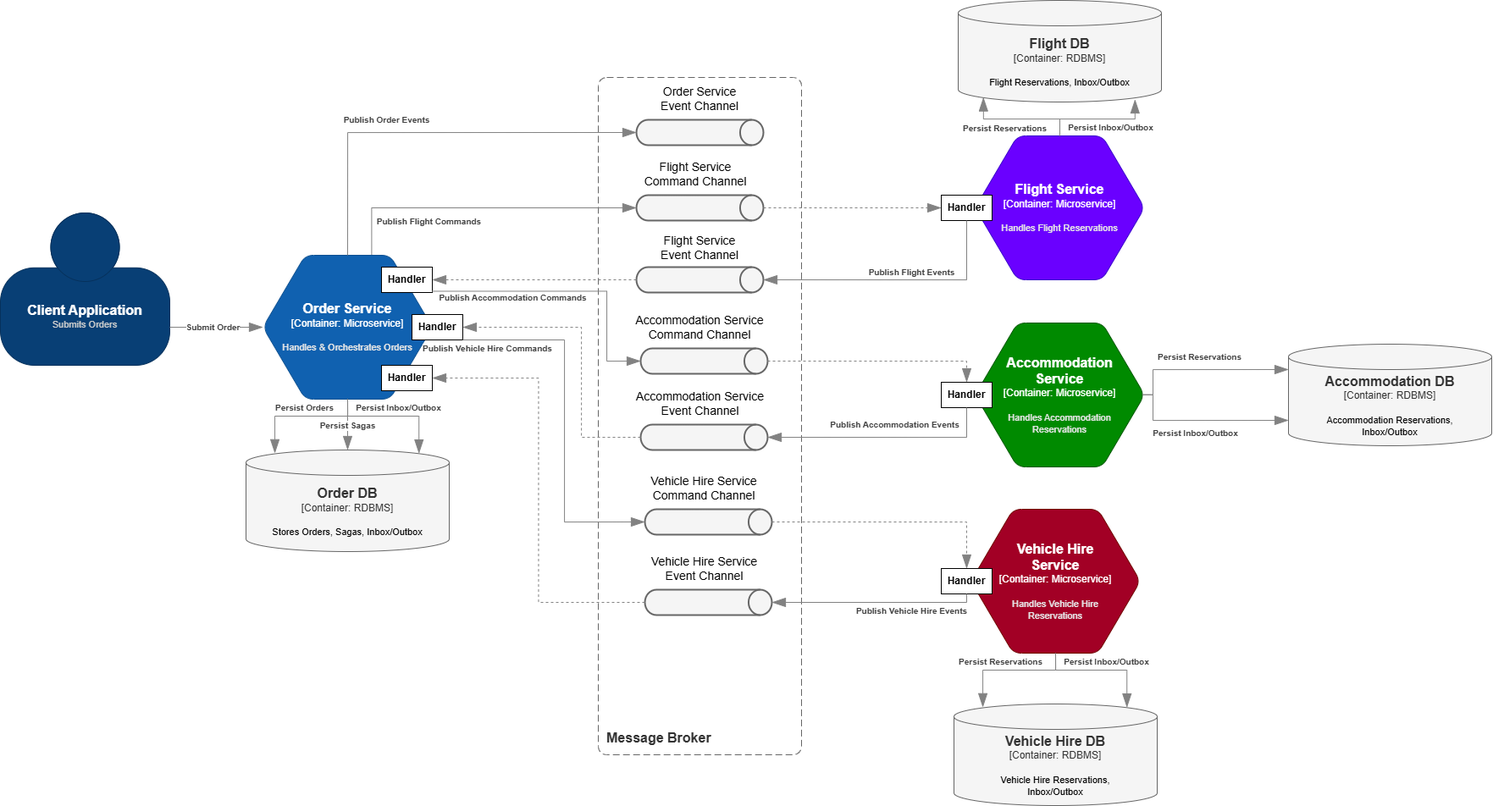
The draw.io diagram README/container-diagram.png in wellingtonmoreira/dotnet-core-saga-example, before a commit. Source tidied: cells renumbered, new cells last; positions are measured from the earlier drawing's top-left corner, leaving out a move shared by most shapes.
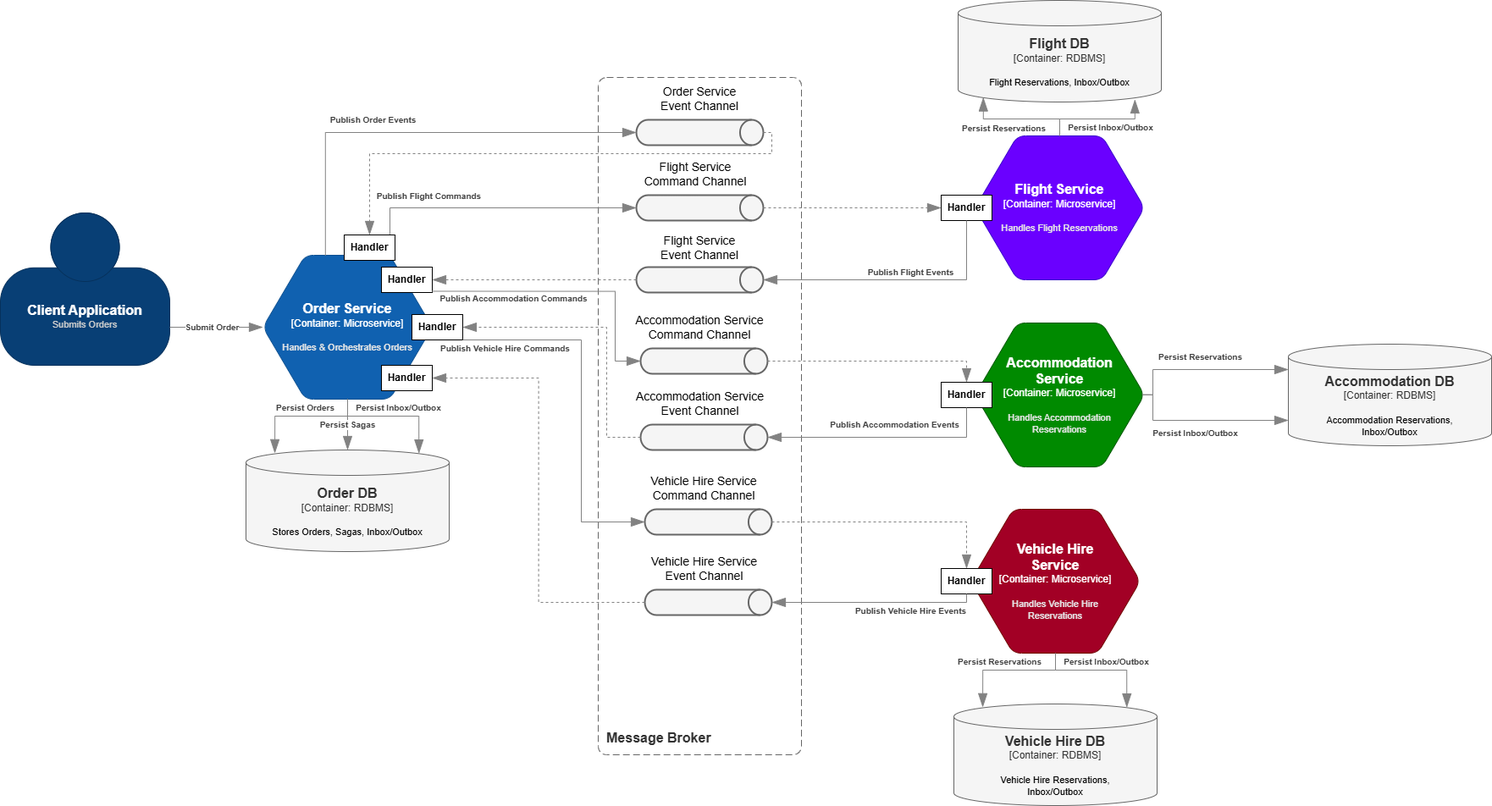
After the change.

The edit, as a diff of the source:
```diff
@@ -71,12 +71,8 @@
       </mxCell>
     </object>
     <object id="15" label="&lt;div style=&quot;text-align: left&quot;&gt;&lt;div style=&quot;text-align: center&quot;&gt;&lt;b&gt;%c4Description%&lt;/b&gt;&lt;/div&gt;" c4Description="Publish Flight Commands" c4Type="Relationship" placeholders="1">
-      <mxCell style="endArrow=blockThin;html=1;fontSize=10;fontColor=#404040;strokeWidth=1;endFill=1;strokeColor=#828282;elbow=vertical;endSize=14;startSize=14;jumpStyle=arc;jumpSize=16;rounded=0;edgeStyle=orthogonalEdgeStyle;exitX=0.642;exitY=-0.004;exitDx=0;exitDy=0;exitPerimeter=0;entryX=0;entryY=0.5;entryDx=0;entryDy=0;entryPerimeter=0;" parent="1" edge="1" source="4" target="10">
-        <mxGeometry x="-0.33" y="-16" relative="1" as="geometry">
-          <Array as="points">
-            <mxPoint x="438" y="245" />
-          </Array>
-        </mxGeometry>
+      <mxCell style="endArrow=blockThin;html=1;fontSize=10;fontColor=#404040;strokeWidth=1;endFill=1;strokeColor=#828282;elbow=vertical;endSize=14;startSize=14;jumpStyle=arc;jumpSize=16;rounded=0;edgeStyle=orthogonalEdgeStyle;entryX=0;entryY=0.5;entryDx=0;entryDy=0;entryPerimeter=0;exitX=0.75;exitY=0;exitDx=0;exitDy=0;" parent="1" edge="1" source="4" target="10">
+        <mxGeometry x="-0.42" y="14" relative="1" as="geometry" />
       </mxCell>
     </object>
     <mxCell id="16" style="strokeWidth=2;html=1;shape=mxgraph.flowchart.direct_data;whiteSpace=wrap;fillColor=#f5f5f5;fontColor=#333333;strokeColor=#666666;fontStyle=1;" parent="1" vertex="1">
@@ -86,7 +82,7 @@
       <mxGeometry x="756" y="101" width="140" height="30" as="geometry" />
     </mxCell>
     <object id="18" label="&lt;div style=&quot;text-align: left&quot;&gt;&lt;div style=&quot;text-align: center&quot;&gt;&lt;b&gt;%c4Description%&lt;/b&gt;&lt;/div&gt;" c4Description="Publish Order Events" c4Type="Relationship" placeholders="1">
-      <mxCell style="endArrow=blockThin;html=1;fontSize=10;fontColor=#404040;strokeWidth=1;endFill=1;strokeColor=#828282;elbow=vertical;endSize=14;startSize=14;jumpStyle=arc;jumpSize=16;rounded=0;edgeStyle=orthogonalEdgeStyle;exitX=0.5;exitY=0;exitDx=0;exitDy=0;exitPerimeter=0;entryX=0;entryY=0.5;entryDx=0;entryDy=0;entryPerimeter=0;" parent="1" edge="1" source="4" target="16">
+      <mxCell style="endArrow=blockThin;html=1;fontSize=10;fontColor=#404040;strokeWidth=1;endFill=1;strokeColor=#828282;elbow=vertical;endSize=14;startSize=14;jumpStyle=arc;jumpSize=16;rounded=0;edgeStyle=orthogonalEdgeStyle;exitX=0.369;exitY=0.002;exitDx=0;exitDy=0;exitPerimeter=0;entryX=0;entryY=0.5;entryDx=0;entryDy=0;entryPerimeter=0;" parent="1" edge="1" source="4" target="16">
         <mxGeometry x="-0.21" y="15" relative="1" as="geometry" />
       </mxCell>
     </object>
@@ -142,8 +138,8 @@
       <mxCell style="endArrow=blockThin;html=1;fontSize=10;fontColor=#404040;strokeWidth=1;endFill=1;strokeColor=#828282;elbow=vertical;endSize=14;startSize=14;jumpStyle=arc;jumpSize=16;rounded=0;edgeStyle=orthogonalEdgeStyle;exitX=1;exitY=0.25;exitDx=0;exitDy=0;exitPerimeter=0;entryX=0;entryY=0.5;entryDx=0;entryDy=0;entryPerimeter=0;" parent="1" edge="1" source="4" target="27">
         <mxGeometry x="-0.42" y="-8" relative="1" as="geometry">
           <Array as="points">
-            <mxPoint x="716" y="343" />
-            <mxPoint x="716" y="426" />
+            <mxPoint x="726" y="343" />
+            <mxPoint x="726" y="426" />
           </Array>
         </mxGeometry>
       </mxCell>
@@ -198,8 +194,8 @@
       <mxCell style="endArrow=blockThin;html=1;fontSize=10;fontColor=#404040;strokeWidth=1;endFill=1;strokeColor=#828282;elbow=vertical;endSize=14;startSize=14;jumpStyle=arc;jumpSize=16;rounded=0;edgeStyle=orthogonalEdgeStyle;exitX=0;exitY=0.5;exitDx=0;exitDy=0;exitPerimeter=0;entryX=1;entryY=0.5;entryDx=0;entryDy=0;dashed=1;" parent="1" edge="1" source="29" target="39">
         <mxGeometry relative="1" as="geometry">
           <Array as="points">
-            <mxPoint x="686" y="516" />
-            <mxPoint x="686" y="386" />
+            <mxPoint x="716" y="516" />
+            <mxPoint x="716" y="386" />
           </Array>
         </mxGeometry>
       </mxCell>
@@ -221,10 +217,10 @@
     </mxCell>
     <object id="46" label="&lt;div style=&quot;text-align: left&quot;&gt;&lt;div style=&quot;text-align: center&quot;&gt;&lt;b&gt;%c4Description%&lt;/b&gt;&lt;/div&gt;" c4Description="Publish Vehicle Hire Commands" c4Type="Relationship" placeholders="1">
       <mxCell style="endArrow=blockThin;html=1;fontSize=10;fontColor=#404040;strokeWidth=1;endFill=1;strokeColor=#828282;elbow=vertical;endSize=14;startSize=14;jumpStyle=arc;jumpSize=16;rounded=0;edgeStyle=orthogonalEdgeStyle;exitX=1;exitY=1;exitDx=0;exitDy=0;entryX=0;entryY=0.5;entryDx=0;entryDy=0;entryPerimeter=0;" parent="1" edge="1" source="39" target="41">
-        <mxGeometry x="-0.86" y="-10" relative="1" as="geometry">
+        <mxGeometry x="-0.77" y="-10" relative="1" as="geometry">
           <Array as="points">
-            <mxPoint x="666" y="401" />
-            <mxPoint x="666" y="616" />
+            <mxPoint x="686" y="401" />
+            <mxPoint x="686" y="616" />
           </Array>
         </mxGeometry>
       </mxCell>
@@ -278,5 +274,19 @@
         <mxGeometry relative="1" as="geometry" />
       </mxCell>
     </object>
+    <mxCell id="55" value="Handler" style="rounded=0;whiteSpace=wrap;html=1;fontStyle=1;" parent="1" vertex="1">
+      <mxGeometry x="406" y="277" width="60" height="30" as="geometry" />
+    </mxCell>
+    <object id="56" label="&lt;div style=&quot;text-align: left&quot;&gt;&lt;div style=&quot;text-align: center&quot;&gt;&lt;b&gt;%c4Description%&lt;/b&gt;&lt;/div&gt;" c4Description="" c4Type="Relationship" placeholders="1">
+      <mxCell style="endArrow=blockThin;html=1;fontSize=10;fontColor=#404040;strokeWidth=1;endFill=1;strokeColor=#828282;elbow=vertical;endSize=14;startSize=14;jumpStyle=arc;jumpSize=16;rounded=0;edgeStyle=orthogonalEdgeStyle;entryX=0.5;entryY=0;entryDx=0;entryDy=0;exitX=1;exitY=0.5;exitDx=0;exitDy=0;dashed=1;exitPerimeter=0;" parent="1" edge="1" source="16" target="55">
+        <mxGeometry relative="1" as="geometry">
+          <Array as="points">
+            <mxPoint x="911" y="156" />
+            <mxPoint x="911" y="181" />
+            <mxPoint x="436" y="181" />
+          </Array>
+        </mxGeometry>
+      </mxCell>
+    </object>
   </root>
 </mxGraphModel>
```
